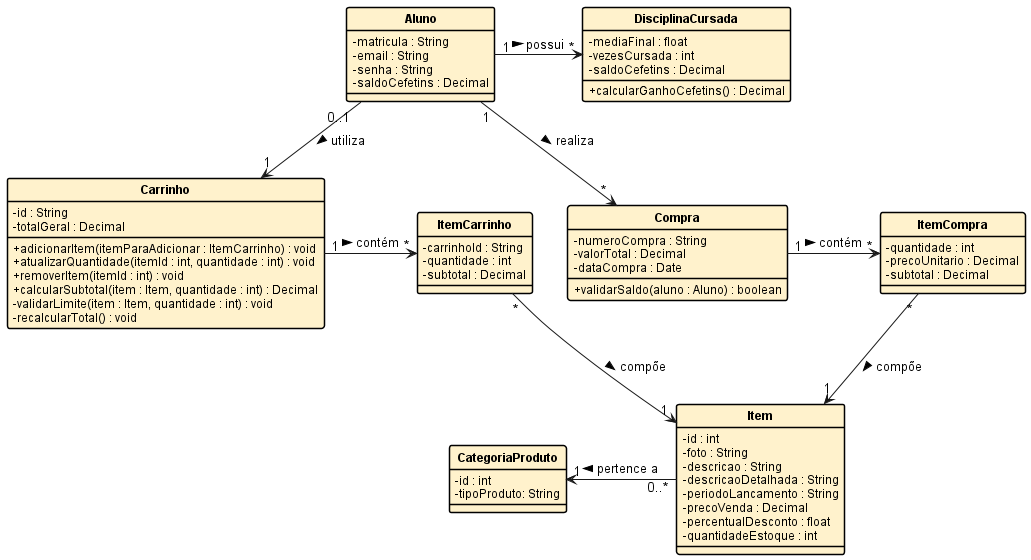
Before: modelo_essencial.png, a diagram exported from PlantUML (evandrovieiramafort/rascunhoIntegrador). The source it was exported from:
```plantuml
@startuml
!include config/estilo.puml

class "<b>Aluno</b>" as Aluno {
  - matricula : String
  - email : String
  - senha : String
  - saldoCefetins : Decimal
}

class "<b>DisciplinaCursada</b>" as DisciplinaCursada {
  - mediaFinal : float
  - vezesCursada : int
  - saldoCefetins : Decimal
  + calcularGanhoCefetins() : Decimal
}

class "<b>CategoriaProduto</b>" as CategoriaProduto {
  - id : int
  - tipoProduto: String
}

class "<b>Item</b>" as Item {
  - id : int
  - foto : String
  - descricao : String
  - descricaoDetalhada : String
  - periodoLancamento : String
  - precoVenda : Decimal
  - percentualDesconto : float
  - quantidadeEstoque : int
}

class "<b>Carrinho</b>" as Carrinho {
  - id : String
  - totalGeral : Decimal
  + adicionarItem(itemParaAdicionar : ItemCarrinho) : void
  + atualizarQuantidade(itemId : int, quantidade : int) : void
  + removerItem(itemId : int) : void
  + calcularSubtotal(item : Item, quantidade : int) : Decimal
  - validarLimite(item : Item, quantidade : int) : void
  - recalcularTotal() : void
}

class "<b>ItemCarrinho</b>" as ItemCarrinho {
  - carrinhoId : String
  - quantidade : int
  - subtotal : Decimal
}

class "<b>Compra</b>" as Compra {
  - numeroCompra : String
  - valorTotal : Decimal
  - dataCompra : Date
  + validarSaldo(aluno : Aluno) : boolean
}

class "<b>ItemCompra</b>" as ItemCompra {
  - quantidade : int
  - precoUnitario : Decimal
  - subtotal : Decimal
}

Aluno "1" -right-> "*" DisciplinaCursada : possui >
Aluno "0..1" -down-> "1" Carrinho : utiliza >
Carrinho "1" -right-> "*" ItemCarrinho : contém >
ItemCarrinho "*" -down-> "1" Item : compõe >
Aluno "1" -down-> "*" Compra : realiza >
Compra "1" -right-> "*" ItemCompra : contém >
ItemCompra "*" -down-> "1" Item : compõe >
Item "0..*" -left-> "1" CategoriaProduto : pertence a >

@enduml
```
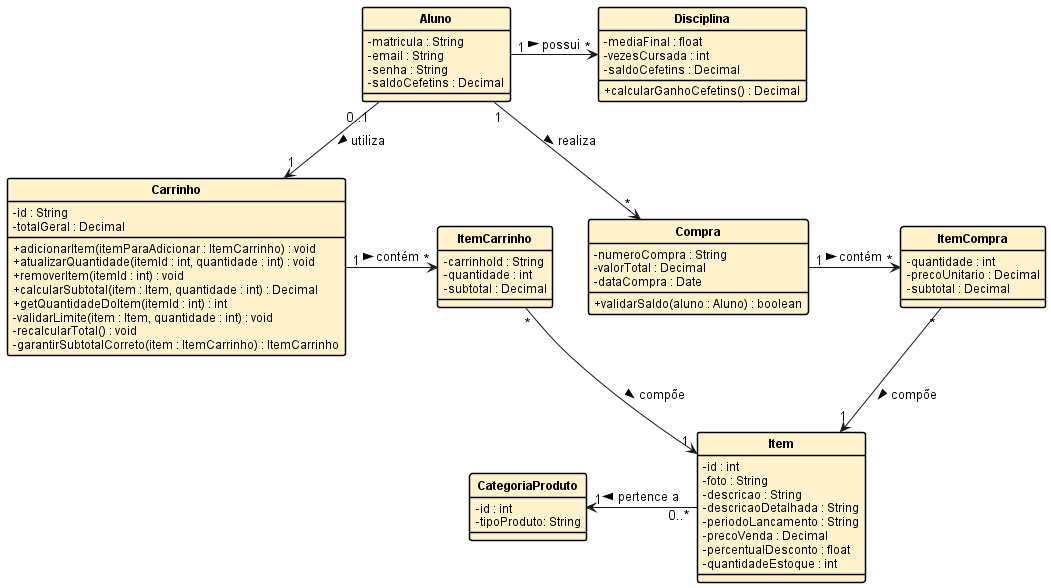
The same diagram one commit later.

Commit message:
Sobe o modelo essencial e o enunciado do trabalho

The edit, as a diff of the source:
```diff
@@ -8,7 +8,7 @@
   - saldoCefetins : Decimal
 }
 
-class "<b>DisciplinaCursada</b>" as DisciplinaCursada {
+class "<b>Disciplina</b>" as Disciplina {
   - mediaFinal : float
   - vezesCursada : int
   - saldoCefetins : Decimal
@@ -38,8 +38,10 @@
   + atualizarQuantidade(itemId : int, quantidade : int) : void
   + removerItem(itemId : int) : void
   + calcularSubtotal(item : Item, quantidade : int) : Decimal
+  + getQuantidadeDoItem(itemId : int) : int
   - validarLimite(item : Item, quantidade : int) : void
   - recalcularTotal() : void
+  - garantirSubtotalCorreto(item : ItemCarrinho) : ItemCarrinho
 }
 
 class "<b>ItemCarrinho</b>" as ItemCarrinho {
@@ -61,7 +63,7 @@
   - subtotal : Decimal
 }
 
-Aluno "1" -right-> "*" DisciplinaCursada : possui >
+Aluno "1" -right-> "*" Disciplina : possui >
 Aluno "0..1" -down-> "1" Carrinho : utiliza >
 Carrinho "1" -right-> "*" ItemCarrinho : contém >
 ItemCarrinho "*" -down-> "1" Item : compõe >
```
